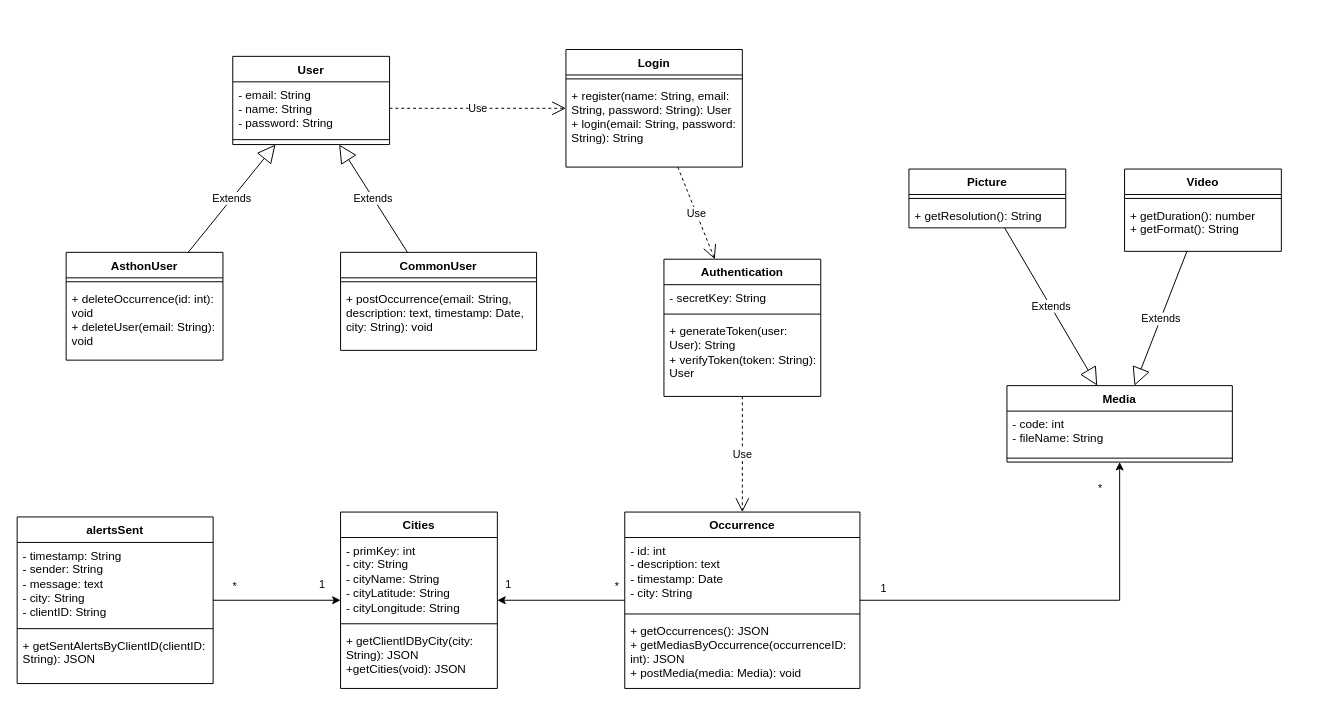
Earlier version of the draw.io diagram UML.drawio (analaura-gb/asthonCadastro). Source tidied: cells renumbered, new cells numbered last; positions are measured from the earlier drawing's top-left corner, leaving out a move shared by most shapes. Both pictures are drawn from the tidied source at 98%, with x=0, y=0 at pixel (17, 49).
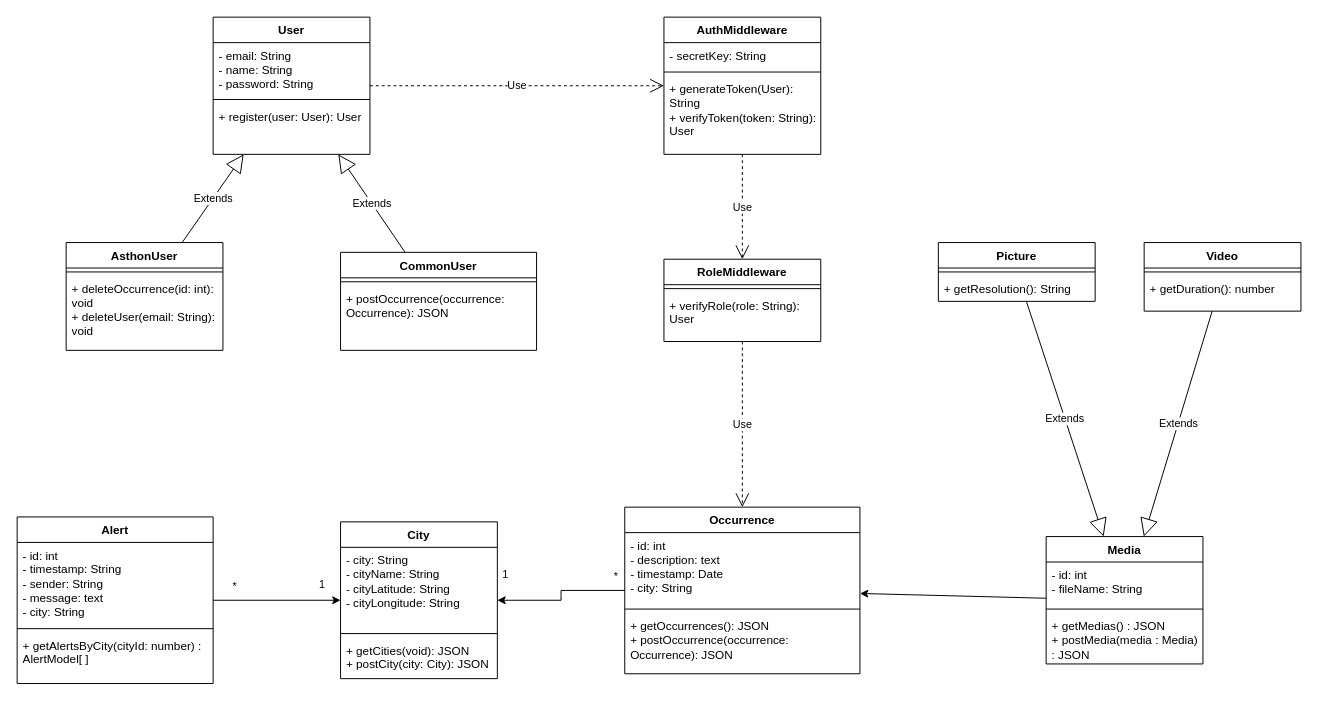
The same page after the edit.

The change refers to these unchanged cells:
```xml
<mxCell id="32" value="CommonUser" style="swimlane;fontStyle=1;align=center;verticalAlign=top;horizontal=1;startSize=26;whiteSpace=wrap;html=1;" parent="1" vertex="1">
  <mxGeometry x="330" y="207" width="200" height="100" as="geometry" />
</mxCell>
```

The edit, as a diff of the source:
```diff
@@
-    <mxCell id="2" value="Cities" style="swimlane;fontStyle=1;align=center;verticalAlign=top;horizontal=1;startSize=26;whiteSpace=wrap;html=1;" parent="1" vertex="1">
-      <mxGeometry x="330" y="472" width="160" height="180" as="geometry" />
+    <mxCell id="2" value="City&lt;div&gt;&lt;br&gt;&lt;/div&gt;" style="swimlane;fontStyle=1;align=center;verticalAlign=top;horizontal=1;startSize=26;whiteSpace=wrap;html=1;" parent="1" vertex="1">
+      <mxGeometry x="330" y="482" width="160" height="160" as="geometry" />
     </mxCell>
-    <mxCell id="3" value="- primKey: int&lt;div&gt;- city: String&lt;/div&gt;&lt;div&gt;- cityName: String&lt;/div&gt;&lt;div&gt;- cityLatitude: String&lt;/div&gt;&lt;div&gt;- cityLongitude: String&lt;/div&gt;" style="text;strokeColor=none;fillColor=none;align=left;verticalAlign=top;spacingLeft=4;spacingRight=4;overflow=hidden;whiteSpace=wrap;html=1;" parent="2" vertex="1">
+    <mxCell id="3" value="&lt;div&gt;- city: String&lt;/div&gt;&lt;div&gt;- cityName: String&lt;/div&gt;&lt;div&gt;- cityLatitude: String&lt;/div&gt;&lt;div&gt;- cityLongitude: String&lt;/div&gt;" style="text;strokeColor=none;fillColor=none;align=left;verticalAlign=top;spacingLeft=4;spacingRight=4;overflow=hidden;whiteSpace=wrap;html=1;" parent="2" vertex="1">
       <mxGeometry y="26" width="160" height="84" as="geometry" />
     </mxCell>
@@
-    <mxCell id="5" value="+ getClientIDByCity(city: String): JSON&lt;div&gt;+getCities(void): JSON&lt;/div&gt;" style="text;strokeColor=none;fillColor=none;align=left;verticalAlign=top;spacingLeft=4;spacingRight=4;overflow=hidden;whiteSpace=wrap;html=1;" parent="2" vertex="1">
-      <mxGeometry y="118" width="160" height="62" as="geometry" />
+    <mxCell id="5" value="&lt;div&gt;+ getCities(void): JSON&lt;br&gt;+ postCity(city: City): JSON&lt;/div&gt;" style="text;strokeColor=none;fillColor=none;align=left;verticalAlign=top;spacingLeft=4;spacingRight=4;overflow=hidden;whiteSpace=wrap;html=1;" parent="2" vertex="1">
+      <mxGeometry y="118" width="160" height="42" as="geometry" />
     </mxCell>
-    <mxCell id="6" value="alertsSent" style="swimlane;fontStyle=1;align=center;verticalAlign=top;horizontal=1;startSize=26;whiteSpace=wrap;html=1;" parent="1" vertex="1">
+    <mxCell id="6" value="Alert" style="swimlane;fontStyle=1;align=center;verticalAlign=top;horizontal=1;startSize=26;whiteSpace=wrap;html=1;" parent="1" vertex="1">
       <mxGeometry y="477" width="200" height="170" as="geometry" />
     </mxCell>
-    <mxCell id="7" value="- timestamp: String&lt;div&gt;- sender: String&lt;/div&gt;&lt;div&gt;- message: text&lt;/div&gt;&lt;div&gt;- city: String&lt;/div&gt;&lt;div&gt;- clientID: String&lt;/div&gt;" style="text;strokeColor=none;fillColor=none;align=left;verticalAlign=top;spacingLeft=4;spacingRight=4;overflow=hidden;whiteSpace=wrap;html=1;" parent="6" vertex="1">
+    <mxCell id="7" value="&lt;div&gt;- id: int&lt;/div&gt;- timestamp: String&lt;div&gt;- sender: String&lt;/div&gt;&lt;div&gt;- message: text&lt;/div&gt;&lt;div&gt;- city: String&lt;/div&gt;" style="text;strokeColor=none;fillColor=none;align=left;verticalAlign=top;spacingLeft=4;spacingRight=4;overflow=hidden;whiteSpace=wrap;html=1;" parent="6" vertex="1">
       <mxGeometry y="26" width="200" height="84" as="geometry" />
     </mxCell>
@@
-    <mxCell id="9" value="+ getSentAlertsByClientID(clientID: String): JSON" style="text;strokeColor=none;fillColor=none;align=left;verticalAlign=top;spacingLeft=4;spacingRight=4;overflow=hidden;whiteSpace=wrap;html=1;" parent="6" vertex="1">
+    <mxCell id="9" value="+ getAlertsByCity(cityId: number) : AlertModel[ ]" style="text;strokeColor=none;fillColor=none;align=left;verticalAlign=top;spacingLeft=4;spacingRight=4;overflow=hidden;whiteSpace=wrap;html=1;" parent="6" vertex="1">
       <mxGeometry y="118" width="200" height="52" as="geometry" />
     </mxCell>
-    <mxCell id="10" value="Media" style="swimlane;fontStyle=1;align=center;verticalAlign=top;horizontal=1;startSize=26;whiteSpace=wrap;html=1;" parent="1" vertex="1">
-      <mxGeometry x="1010" y="343" width="230" height="78" as="geometry" />
-    </mxCell>
-    <mxCell id="11" value="- code: int&lt;div&gt;&lt;div&gt;- fileName: String&lt;/div&gt;&lt;/div&gt;" style="text;strokeColor=none;fillColor=none;align=left;verticalAlign=top;spacingLeft=4;spacingRight=4;overflow=hidden;whiteSpace=wrap;html=1;" parent="10" vertex="1">
-      <mxGeometry y="26" width="230" height="44" as="geometry" />
-    </mxCell>
-    <mxCell id="12" style="line;strokeWidth=1;fillColor=none;align=left;verticalAlign=middle;spacingTop=-1;spacingLeft=3;spacingRight=3;labelPosition=right;strokeColor=inherit;" parent="10" vertex="1">
-      <mxGeometry y="70" width="230" height="8" as="geometry" />
-    </mxCell>
@@
     <mxCell id="16" value="Occurrence" style="swimlane;fontStyle=1;align=center;verticalAlign=top;horizontal=1;startSize=26;whiteSpace=wrap;html=1;" parent="1" vertex="1">
-      <mxGeometry x="620" y="472" width="240" height="180" as="geometry" />
+      <mxGeometry x="620" y="467" width="240" height="170" as="geometry" />
     </mxCell>
@@
-    <mxCell id="19" value="&lt;div&gt;+ getOccurrences(): JSON&lt;/div&gt;&lt;div&gt;+ getMediasByOccurrence(occurrenceID: int): JSON&lt;/div&gt;&lt;div&gt;&lt;span style=&quot;background-color: transparent;&quot;&gt;+ postMedia(media: Media): void&lt;/span&gt;&lt;/div&gt;&lt;div&gt;&lt;span style=&quot;background-color: transparent; color: light-dark(rgb(0, 0, 0), rgb(255, 255, 255));&quot;&gt;&lt;br&gt;&lt;/span&gt;&lt;/div&gt;" style="text;strokeColor=none;fillColor=none;align=left;verticalAlign=top;spacingLeft=4;spacingRight=4;overflow=hidden;whiteSpace=wrap;html=1;" parent="16" vertex="1">
-      <mxGeometry y="108" width="240" height="72" as="geometry" />
+    <mxCell id="19" value="&lt;div&gt;+ getOccurrences(): JSON&lt;/div&gt;&lt;div&gt;&lt;span style=&quot;background-color: transparent;&quot;&gt;+ postOccurrence(occurrence: Occurrence): JSON&lt;/span&gt;&lt;/div&gt;&lt;div&gt;&lt;span style=&quot;background-color: transparent; color: light-dark(rgb(0, 0, 0), rgb(255, 255, 255));&quot;&gt;&lt;br&gt;&lt;/span&gt;&lt;/div&gt;" style="text;strokeColor=none;fillColor=none;align=left;verticalAlign=top;spacingLeft=4;spacingRight=4;overflow=hidden;whiteSpace=wrap;html=1;" parent="16" vertex="1">
+      <mxGeometry y="108" width="240" height="62" as="geometry" />
     </mxCell>
-    <mxCell id="20" style="edgeStyle=orthogonalEdgeStyle;rounded=0;jettySize=auto;html=1;" parent="1" edge="1" source="16" target="10">
-      <mxGeometry relative="1" as="geometry" />
-    </mxCell>
-    <mxCell id="21" value="1" style="edgeLabel;html=1;align=center;verticalAlign=middle;" parent="20" vertex="1">
-      <mxGeometry x="-0.3" y="-3" relative="1" as="geometry">
-        <mxPoint x="-119" y="-16" as="offset" />
-      </mxGeometry>
-    </mxCell>
-    <mxCell id="22" value="*" style="edgeLabel;html=1;align=center;verticalAlign=middle;" parent="20" vertex="1">
-      <mxGeometry x="0.01" y="1" relative="1" as="geometry">
-        <mxPoint x="39" y="-114" as="offset" />
-      </mxGeometry>
-    </mxCell>
@@
-    <mxCell id="26" value="User" style="swimlane;fontStyle=1;align=center;verticalAlign=top;horizontal=1;startSize=26;whiteSpace=wrap;html=1;" parent="1" vertex="1">
-      <mxGeometry x="220" y="7" width="160" height="90" as="geometry" />
-    </mxCell>
-    <mxCell id="27" value="- email: String&lt;div&gt;- name: String&lt;br&gt;&lt;div&gt;- password: String&lt;/div&gt;&lt;/div&gt;" style="text;strokeColor=none;fillColor=none;align=left;verticalAlign=top;spacingLeft=4;spacingRight=4;overflow=hidden;points=[[0,0.5],[1,0.5]];portConstraint=eastwest;whiteSpace=wrap;html=1;" parent="26" vertex="1">
-      <mxGeometry y="26" width="160" height="54" as="geometry" />
-    </mxCell>
-    <mxCell id="28" style="line;strokeWidth=1;fillColor=none;align=left;verticalAlign=middle;spacingTop=-1;spacingLeft=3;spacingRight=3;labelPosition=right;strokeColor=inherit;" parent="26" vertex="1">
-      <mxGeometry y="80" width="160" height="10" as="geometry" />
-    </mxCell>
     <mxCell id="29" value="AsthonUser" style="swimlane;fontStyle=1;align=center;verticalAlign=top;horizontal=1;startSize=26;whiteSpace=wrap;html=1;" parent="1" vertex="1">
-      <mxGeometry x="50" y="207" width="160" height="110" as="geometry" />
+      <mxGeometry x="50" y="197" width="160" height="110" as="geometry" />
     </mxCell>
@@
-    <mxCell id="34" value="+ postOccurrence(email: String, description: text, timestamp: Date, city: String): void&lt;div&gt;&lt;br&gt;&lt;/div&gt;" style="text;strokeColor=none;fillColor=none;align=left;verticalAlign=top;spacingLeft=4;spacingRight=4;overflow=hidden;whiteSpace=wrap;html=1;" parent="32" vertex="1">
+    <mxCell id="34" value="+ postOccurrence(occurrence: Occurrence): JSON&lt;div&gt;&lt;br&gt;&lt;/div&gt;" style="text;strokeColor=none;fillColor=none;align=left;verticalAlign=top;spacingLeft=4;spacingRight=4;overflow=hidden;whiteSpace=wrap;html=1;" parent="32" vertex="1">
       <mxGeometry y="34" width="200" height="66" as="geometry" />
     </mxCell>
@@
-    <mxCell id="37" value="Login" style="swimlane;fontStyle=1;align=center;verticalAlign=top;horizontal=1;startSize=26;whiteSpace=wrap;html=1;" parent="1" vertex="1">
-      <mxGeometry x="560" width="180" height="120" as="geometry" />
-    </mxCell>
-    <mxCell id="38" style="line;strokeWidth=1;fillColor=none;align=left;verticalAlign=middle;spacingTop=-1;spacingLeft=3;spacingRight=3;labelPosition=right;strokeColor=inherit;" parent="37" vertex="1">
-      <mxGeometry y="26" width="180" height="8" as="geometry" />
-    </mxCell>
-    <mxCell id="39" value="&lt;div&gt;+ register(name: String, email: String, password: String): User&lt;/div&gt;&lt;div&gt;+ login(email: String, password: String): String&lt;/div&gt;" style="text;strokeColor=none;fillColor=none;align=left;verticalAlign=top;spacingLeft=4;spacingRight=4;overflow=hidden;whiteSpace=wrap;html=1;" parent="37" vertex="1">
-      <mxGeometry y="34" width="180" height="86" as="geometry" />
-    </mxCell>
-    <mxCell id="40" value="Use" style="endArrow=open;endSize=12;dashed=1;html=1;rounded=0;" parent="1" edge="1" source="27" target="37">
+    <mxCell id="40" value="Use" style="endArrow=open;endSize=12;dashed=1;html=1;rounded=0;" parent="1" edge="1" source="26" target="60">
       <mxGeometry relative="1" as="geometry" />
     </mxCell>
-    <mxCell id="41" value="Authentication" style="swimlane;fontStyle=1;align=center;verticalAlign=top;horizontal=1;startSize=26;whiteSpace=wrap;html=1;" parent="1" vertex="1">
-      <mxGeometry x="660" y="214" width="160" height="140" as="geometry" />
+    <mxCell id="41" value="RoleMiddleware" style="swimlane;fontStyle=1;align=center;verticalAlign=top;horizontal=1;startSize=26;whiteSpace=wrap;html=1;" parent="1" vertex="1">
+      <mxGeometry x="660" y="214" width="160" height="84" as="geometry" />
     </mxCell>
-    <mxCell id="42" value="- secretKey: String" style="text;strokeColor=none;fillColor=none;align=left;verticalAlign=top;spacingLeft=4;spacingRight=4;overflow=hidden;whiteSpace=wrap;html=1;" parent="41" vertex="1">
-      <mxGeometry y="26" width="160" height="26" as="geometry" />
-    </mxCell>
     <mxCell id="43" style="line;strokeWidth=1;fillColor=none;align=left;verticalAlign=middle;spacingTop=-1;spacingLeft=3;spacingRight=3;labelPosition=right;strokeColor=inherit;" parent="41" vertex="1">
-      <mxGeometry y="52" width="160" height="8" as="geometry" />
+      <mxGeometry y="26" width="160" height="8" as="geometry" />
     </mxCell>
-    <mxCell id="44" value="&lt;div&gt;&lt;span style=&quot;background-color: transparent; color: light-dark(rgb(0, 0, 0), rgb(255, 255, 255));&quot;&gt;+ generateToken(user: User): String&lt;/span&gt;&lt;/div&gt;&lt;div&gt;+ verifyToken(token: String): User&lt;/div&gt;" style="text;strokeColor=none;fillColor=none;align=left;verticalAlign=top;spacingLeft=4;spacingRight=4;overflow=hidden;whiteSpace=wrap;html=1;" parent="41" vertex="1">
-      <mxGeometry y="60" width="160" height="80" as="geometry" />
+    <mxCell id="44" value="+ verifyRole(role: String): User" style="text;strokeColor=none;fillColor=none;align=left;verticalAlign=top;spacingLeft=4;spacingRight=4;overflow=hidden;whiteSpace=wrap;html=1;" parent="41" vertex="1">
+      <mxGeometry y="34" width="160" height="50" as="geometry" />
     </mxCell>
-    <mxCell id="45" value="Use" style="endArrow=open;endSize=12;dashed=1;html=1;rounded=0;" parent="1" edge="1" source="37" target="41">
+    <mxCell id="45" value="Use" style="endArrow=open;endSize=12;dashed=1;html=1;rounded=0;" parent="1" edge="1" source="60" target="41">
       <mxGeometry relative="1" as="geometry" />
     </mxCell>
@@
     <mxCell id="47" value="Picture" style="swimlane;fontStyle=1;align=center;verticalAlign=top;horizontal=1;startSize=26;whiteSpace=wrap;html=1;" parent="1" vertex="1">
-      <mxGeometry x="910" y="122" width="160" height="60" as="geometry" />
+      <mxGeometry x="940" y="197" width="160" height="60" as="geometry" />
     </mxCell>
@@
     <mxCell id="51" value="Video" style="swimlane;fontStyle=1;align=center;verticalAlign=top;horizontal=1;startSize=26;whiteSpace=wrap;html=1;" parent="1" vertex="1">
-      <mxGeometry x="1130" y="122" width="160" height="84" as="geometry" />
+      <mxGeometry x="1150" y="197" width="160" height="70" as="geometry" />
     </mxCell>
@@
-    <mxCell id="53" value="&lt;div&gt;+ getDuration(): number&lt;/div&gt;&lt;div&gt;&lt;span style=&quot;background-color: transparent; color: light-dark(rgb(0, 0, 0), rgb(255, 255, 255));&quot;&gt;+ getFormat(): String&lt;/span&gt;&lt;/div&gt;" style="text;strokeColor=none;fillColor=none;align=left;verticalAlign=top;spacingLeft=4;spacingRight=4;overflow=hidden;whiteSpace=wrap;html=1;" parent="51" vertex="1">
-      <mxGeometry y="34" width="160" height="50" as="geometry" />
+    <mxCell id="53" value="&lt;div&gt;+ getDuration(): number&lt;/div&gt;" style="text;strokeColor=none;fillColor=none;align=left;verticalAlign=top;spacingLeft=4;spacingRight=4;overflow=hidden;whiteSpace=wrap;html=1;" parent="51" vertex="1">
+      <mxGeometry y="34" width="160" height="36" as="geometry" />
     </mxCell>
@@
+    <mxCell id="10" value="Media" style="swimlane;fontStyle=1;align=center;verticalAlign=top;horizontal=1;startSize=26;whiteSpace=wrap;html=1;" parent="1" vertex="1">
+      <mxGeometry x="1050" y="497" width="160" height="130" as="geometry" />
+    </mxCell>
+    <mxCell id="55" value="- id: int&lt;div&gt;- fileName: String&lt;/div&gt;" style="text;strokeColor=none;fillColor=none;align=left;verticalAlign=top;spacingLeft=4;spacingRight=4;overflow=hidden;whiteSpace=wrap;html=1;" parent="10" vertex="1">
+      <mxGeometry y="26" width="160" height="44" as="geometry" />
+    </mxCell>
+    <mxCell id="56" style="line;strokeWidth=1;fillColor=none;align=left;verticalAlign=middle;spacingTop=-1;spacingLeft=3;spacingRight=3;labelPosition=right;strokeColor=inherit;" parent="10" vertex="1">
+      <mxGeometry y="70" width="160" height="8" as="geometry" />
+    </mxCell>
+    <mxCell id="57" value="&lt;div&gt;+ getMedias() : JSON&lt;/div&gt;&lt;div&gt;+ postMedia(media : Media) : JSON&lt;/div&gt;" style="text;strokeColor=none;fillColor=none;align=left;verticalAlign=top;spacingLeft=4;spacingRight=4;overflow=hidden;whiteSpace=wrap;html=1;" parent="10" vertex="1">
+      <mxGeometry y="78" width="160" height="52" as="geometry" />
+    </mxCell>
+    <mxCell id="26" value="User" style="swimlane;fontStyle=1;align=center;verticalAlign=top;horizontal=1;startSize=26;whiteSpace=wrap;html=1;" parent="1" vertex="1">
+      <mxGeometry x="200" y="-33" width="160" height="140" as="geometry" />
+    </mxCell>
+    <mxCell id="27" value="&lt;div&gt;- email: String&lt;/div&gt;&lt;div&gt;- name: String&lt;/div&gt;&lt;div&gt;- password: String&lt;/div&gt;" style="text;strokeColor=none;fillColor=none;align=left;verticalAlign=top;spacingLeft=4;spacingRight=4;overflow=hidden;points=[[0,0.5],[1,0.5]];portConstraint=eastwest;whiteSpace=wrap;html=1;" parent="26" vertex="1">
+      <mxGeometry y="26" width="160" height="54" as="geometry" />
+    </mxCell>
+    <mxCell id="58" style="line;strokeWidth=1;fillColor=none;align=left;verticalAlign=middle;spacingTop=-1;spacingLeft=3;spacingRight=3;labelPosition=right;strokeColor=inherit;" parent="26" vertex="1">
+      <mxGeometry y="80" width="160" height="8" as="geometry" />
+    </mxCell>
+    <mxCell id="59" value="&lt;div&gt;&lt;span style=&quot;background-color: transparent; color: light-dark(rgb(0, 0, 0), rgb(255, 255, 255));&quot;&gt;+ register(user: User): User&lt;/span&gt;&lt;/div&gt;" style="text;strokeColor=none;fillColor=none;align=left;verticalAlign=top;spacingLeft=4;spacingRight=4;overflow=hidden;whiteSpace=wrap;html=1;" parent="26" vertex="1">
+      <mxGeometry y="88" width="160" height="52" as="geometry" />
+    </mxCell>
+    <mxCell id="60" value="AuthMiddleware" style="swimlane;fontStyle=1;align=center;verticalAlign=top;horizontal=1;startSize=26;whiteSpace=wrap;html=1;" parent="1" vertex="1">
+      <mxGeometry x="660" y="-33" width="160" height="140" as="geometry" />
+    </mxCell>
+    <mxCell id="42" value="- secretKey: String" style="text;strokeColor=none;fillColor=none;align=left;verticalAlign=top;spacingLeft=4;spacingRight=4;overflow=hidden;whiteSpace=wrap;html=1;" parent="60" vertex="1">
+      <mxGeometry y="26" width="160" height="26" as="geometry" />
+    </mxCell>
+    <mxCell id="61" style="line;strokeWidth=1;fillColor=none;align=left;verticalAlign=middle;spacingTop=-1;spacingLeft=3;spacingRight=3;labelPosition=right;strokeColor=inherit;" parent="60" vertex="1">
+      <mxGeometry y="52" width="160" height="8" as="geometry" />
+    </mxCell>
+    <mxCell id="62" value="&lt;div&gt;+ generateToken(User): String&lt;/div&gt;&lt;div&gt;+ verifyToken(token: String): User&lt;/div&gt;" style="text;strokeColor=none;fillColor=none;align=left;verticalAlign=top;spacingLeft=4;spacingRight=4;overflow=hidden;whiteSpace=wrap;html=1;" parent="60" vertex="1">
+      <mxGeometry y="60" width="160" height="80" as="geometry" />
+    </mxCell>
+    <mxCell id="63" style="endArrow=classic;html=1;rounded=0;" parent="1" edge="1" source="10" target="16">
+      <mxGeometry relative="1" as="geometry" />
+    </mxCell>
```
